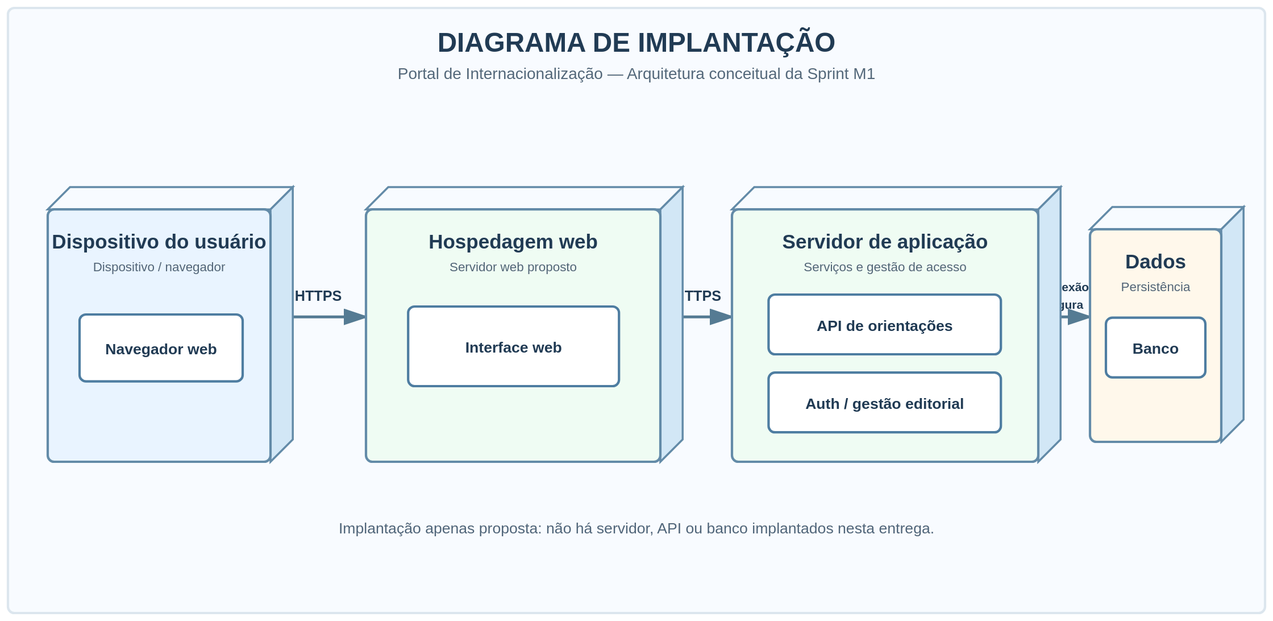
The PlantUML diagram diagrams/03-implantacao.svg in Ruan-levi/-requisitos-20262--grupo08, before a commit. Its source is kept beside it as diagrams/03-implantacao.puml. Source of this version:
```plantuml
@startuml
title Portal de Internacionalização — Diagrama UML de Implantação (proposta)
skinparam shadowing false
left to right direction

node "Dispositivo do usuário" <<device>> as Dispositivo {
  artifact "Navegador" as Browser
}
node "Hospedagem web" <<node>> as Host {
  artifact "Interface web" as Front
}
node "Servidor de aplicação" <<node>> as Server {
  artifact "API de orientações" as API
  artifact "Autenticação e gestão editorial" as Auth
}
node "Servidor de dados" <<node>> as Data {
  database "Banco de dados" as DB
}

Browser --> Front : HTTPS
Front --> API : HTTPS
Front --> Auth : HTTPS
API --> DB : conexão restrita e segura
Auth --> DB : conexão restrita e segura

note bottom of Server
  Arquitetura lógica/proposta.
  Provedor e infraestrutura ainda
  não definidos na Sprint M1.
end note
@enduml
```
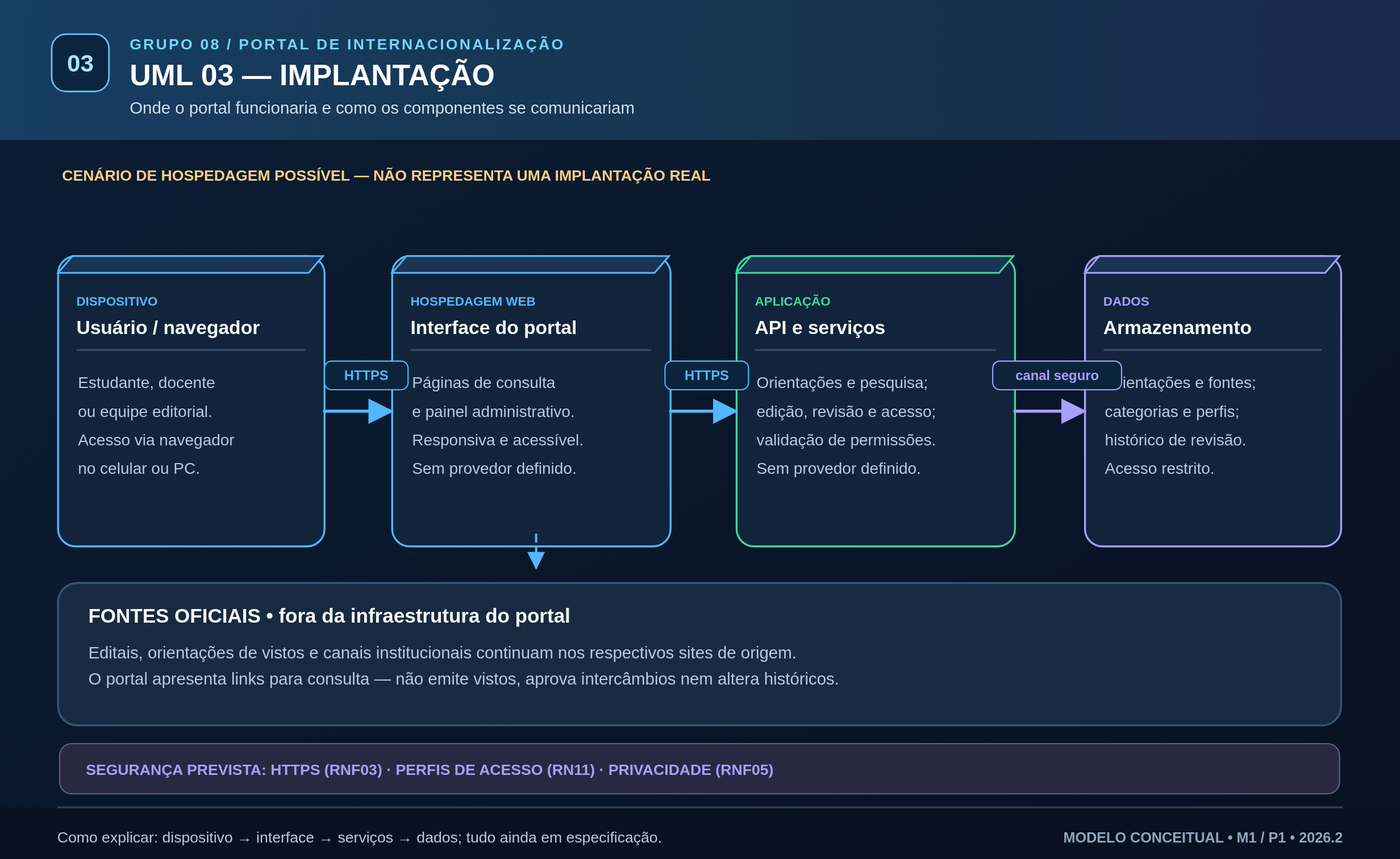
The same file after the commit.

What changed in the source:
```diff
@@ -1,31 +1,38 @@
 @startuml
-title Portal de Internacionalização — Diagrama UML de Implantação (proposta)
+title UML 03 — Implantação: cenário técnico proposto
+left to right direction
+skinparam backgroundColor #FFFFFF
 skinparam shadowing false
-left to right direction
+skinparam defaultFontName Arial
+skinparam defaultFontSize 16
+skinparam ArrowColor #4E7298
+skinparam NodeBackgroundColor #EAF4FF
+skinparam NodeBorderColor #4275A4
+skinparam ArtifactBackgroundColor #FFFFFF
+skinparam DatabaseBackgroundColor #EEEAFE
 
-node "Dispositivo do usuário" <<device>> as Dispositivo {
-  artifact "Navegador" as Browser
+node "Dispositivo do usuário\n<<device>>" as DEVICE {
+ artifact "Navegador\ncelular ou computador" as BROWSER
 }
-node "Hospedagem web" <<node>> as Host {
-  artifact "Interface web" as Front
+node "Hospedagem da interface web\n<<node>>" as FRONTEND {
+ artifact "Portal público\ne painel editorial" as UI
 }
-node "Servidor de aplicação" <<node>> as Server {
-  artifact "API de orientações" as API
-  artifact "Autenticação e gestão editorial" as Auth
+node "Servidor / serviço de aplicação\n<<node>>" as BACKEND {
+ artifact "API: consulta, busca\ne catálogo" as API
+ artifact "Autenticação, permissões\ne gestão editorial" as AUTH
 }
-node "Servidor de dados" <<node>> as Data {
-  database "Banco de dados" as DB
+node "Serviço de dados\n<<node>>" as DATA {
+ database "Orientações, fontes,\ncategorias e histórico" as DB
 }
-
-Browser --> Front : HTTPS
-Front --> API : HTTPS
-Front --> Auth : HTTPS
-API --> DB : conexão restrita e segura
-Auth --> DB : conexão restrita e segura
-
-note bottom of Server
-  Arquitetura lógica/proposta.
-  Provedor e infraestrutura ainda
-  não definidos na Sprint M1.
+cloud "Fontes institucionais externas\nlinks para documentos e contatos" as EXTERNAL
+BROWSER --> UI : HTTPS
+UI --> API : HTTPS
+UI --> AUTH : HTTPS
+API --> DB : conexão segura restrita
+AUTH --> DB : conexão segura restrita
+UI ..> EXTERNAL : navegação por links oficiais
+note bottom of BACKEND
+ Cenário conceitual: sem provedor,
+ configuração nem implantação definida na M1.
 end note
 @enduml
```
